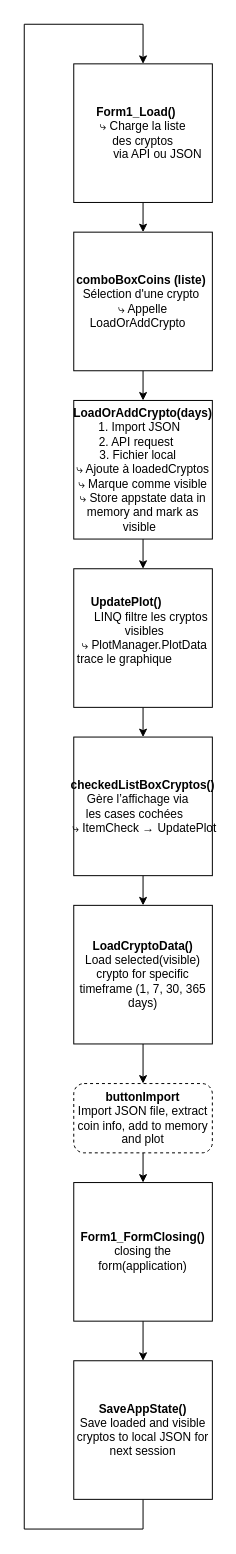
The draw.io diagram doc/schema de fonctionnement d'application.drawio in Josefnademo/Plot_those_lines, before the edit. Source tidied: cells renumbered, new cells numbered last; positions are measured from the earlier drawing's top-left corner, leaving out a move shared by most shapes. Both pictures are drawn from the tidied source at 99%, with x=0, y=0 at pixel (24, 24).
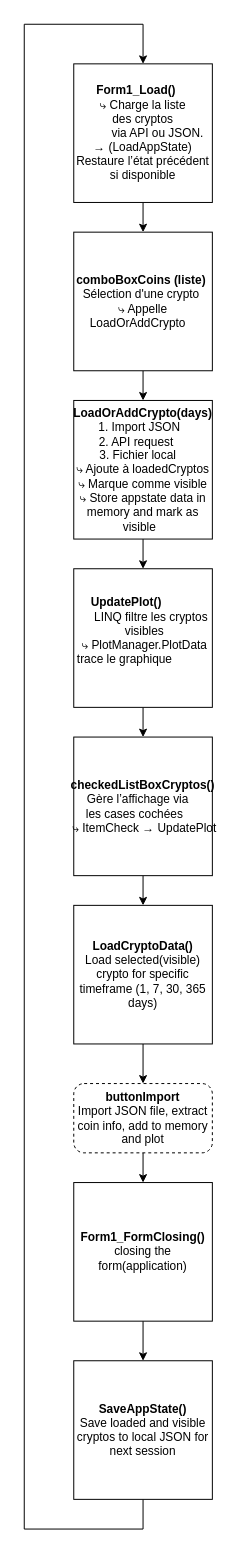
After the change.

The edit, as a diff of the source:
```diff
@@
-    <mxCell id="5" value="&lt;div&gt;&lt;b&gt;&lt;font style=&quot;color: light-dark(rgb(0, 0, 0), rgb(204, 0, 0));&quot;&gt;Form1&lt;/font&gt;_Load()&amp;nbsp; &amp;nbsp;&amp;nbsp;&lt;/b&gt;&lt;/div&gt;&lt;div&gt;&amp;nbsp; ⤷ Charge la liste&amp;nbsp;&amp;nbsp;&lt;/div&gt;&lt;div&gt;&amp;nbsp; &amp;nbsp; &amp;nbsp;des cryptos&amp;nbsp; &amp;nbsp; &amp;nbsp;&lt;/div&gt;&lt;div&gt;&amp;nbsp;&lt;span style=&quot;white-space: pre;&quot;&gt;&#9;&lt;/span&gt; via &lt;font style=&quot;color: light-dark(rgb(0, 0, 0), rgb(102, 0, 204));&quot;&gt;API&lt;/font&gt; ou JSON&lt;/div&gt;" style="whiteSpace=wrap;html=1;" parent="1" vertex="1">
+    <mxCell id="5" value="&lt;div&gt;&lt;b&gt;&lt;font style=&quot;color: light-dark(rgb(0, 0, 0), rgb(204, 0, 0));&quot;&gt;Form1&lt;/font&gt;_Load()&amp;nbsp; &amp;nbsp;&amp;nbsp;&lt;/b&gt;&lt;/div&gt;&lt;div&gt;&amp;nbsp; ⤷ Charge la liste&amp;nbsp;&amp;nbsp;&lt;/div&gt;&lt;div&gt;&amp;nbsp; &amp;nbsp; &amp;nbsp;des cryptos&amp;nbsp; &amp;nbsp; &amp;nbsp;&lt;/div&gt;&lt;div&gt;&amp;nbsp;&lt;span style=&quot;white-space: pre;&quot;&gt;&#9;&lt;/span&gt; via &lt;font style=&quot;color: light-dark(rgb(0, 0, 0), rgb(102, 0, 204));&quot;&gt;API&lt;/font&gt; ou JSON.&lt;/div&gt;&lt;div&gt;→ (LoadAppState) Restaure l’état précédent si disponible&lt;/div&gt;" style="whiteSpace=wrap;html=1;" parent="1" vertex="1">
       <mxGeometry x="50" y="40" width="140" height="140" as="geometry" />
     </mxCell>
```
